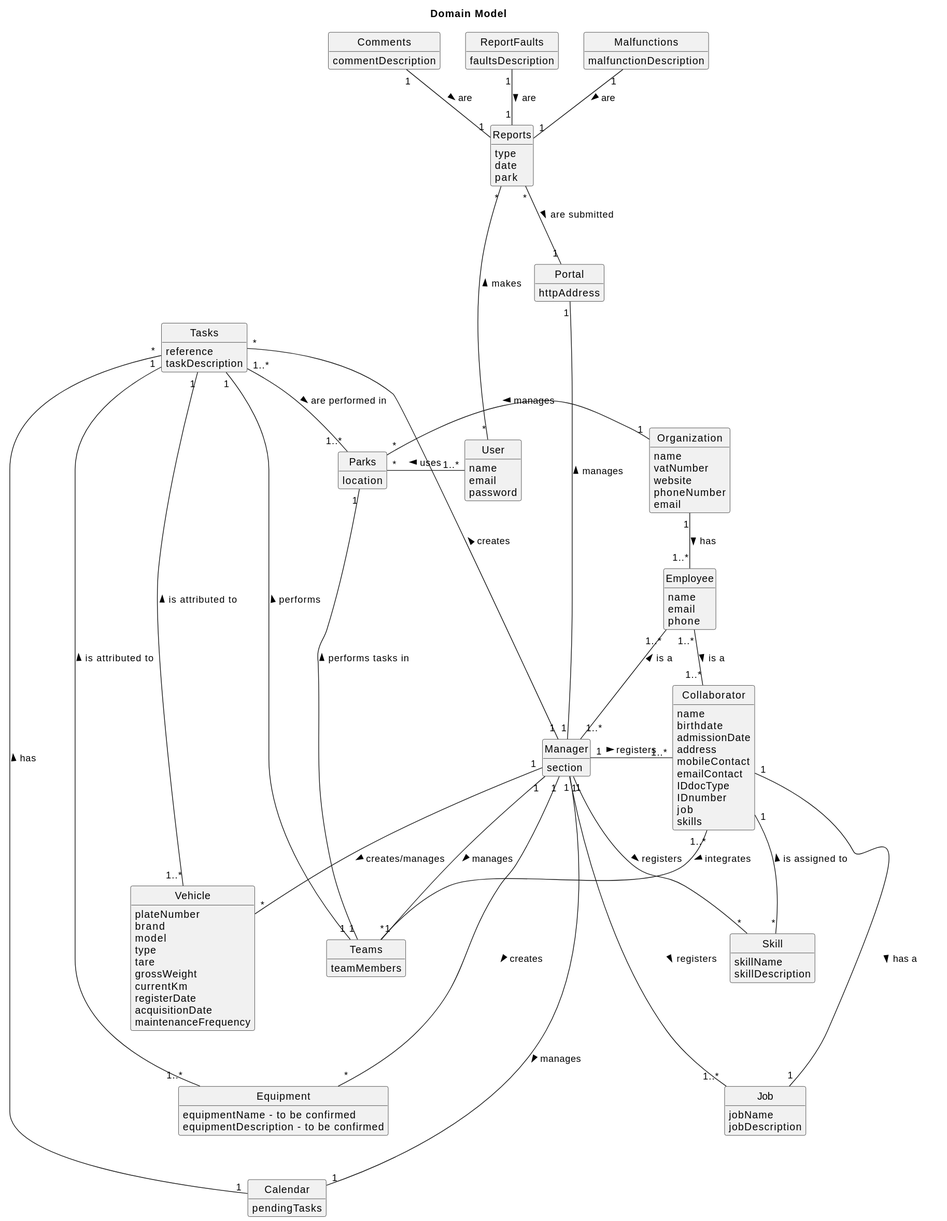
This is docs/sprintA/global-artifacts/02.analysis/svg/project-domain-model.svg from Paulo-Pereira-at-ISEP/lei-24-s2-1nanb-g321, a PlantUML export, as it was before one commit.
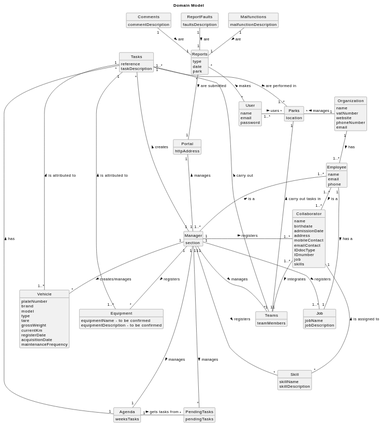
The same file after the commit.

Commit message:
Sprint A - Global Artefacts - Domain model update Sprint A - Global Artefacts - Analysis docs update

What changed in the source:
```diff
@@ -67,8 +67,8 @@
     equipmentDescription - to be confirmed
 }
 
-class Calendar {
-    pendingTasks
+class Agenda {
+    weeksTasks
 }
 
 
@@ -76,6 +76,10 @@
     reference
     taskDescription
 
+}
+
+class PendingTasks{
+    pendingTasks
 }
 
 class Teams {
@@ -120,26 +124,27 @@
 Manager "1..*" --up "1..*" Employee: is a >
 Manager "1" -up "1" Portal: manages >
 Manager "1" --right "1..*" Job: registers >
-Manager "1" --right "*" Skill: registers >
+Manager "1" --- "*" Skill: registers >
 Manager "1" --right "1..*" Collaborator: registers >
-Manager "1" ---- "1" Calendar: manages >
-Manager "1" --- "*" Equipment: creates >
+Manager "1" ---- "1" Agenda: manages >
+Manager "1" ---- "*" PendingTasks: manages >
+Manager "1" -- "*" Equipment: registers >
 Manager "1" -- "*" Vehicle: creates/manages >
 Manager "1" --left "*" Tasks: creates >
 Manager "1" -- "*" Teams: manages >
 
-
+Agenda "1" - "*" PendingTasks: gets tasks from >
 
 
 User "1..*" - "*" Parks: uses >
-User "*" ----up "*" Reports: makes >
+User "*" --up "*" Reports: makes >
 
 Comments "1" -- "1" Reports: are >
 ReportFaults "1" -- "1" Reports: are >
 Malfunctions "1" -- "1" Reports: are >
 
-Teams "1" - "1" Parks: performs tasks in >
-Teams "1" - "1" Tasks: performs >
+Teams "1" - "1" Parks: carry out tasks in >
+Teams "1" - "1" Tasks: carry out >
 
 
 Organization "1" -left "*" Parks: manages >
@@ -147,8 +152,8 @@
 
 
 Employee "1..*" -- "1..*" Collaborator: is a >
+Employee "1" --- "1" Job: has a >
 
-Collaborator "1" --- "1" Job: has a >
 Collaborator "1" --down "*" Skill: is assigned to <
 Collaborator "1..*" --down "1" Teams: integrates >
 
@@ -158,7 +163,7 @@
 
 Equipment "1..*" -left "1" Tasks: is attributed to >
 
-Calendar "1" -left "*" Tasks: has >
+Agenda "1" -left "*" Tasks: has >
 
 
 Tasks "1..*" -- "1..*" Parks: are performed in >
```
